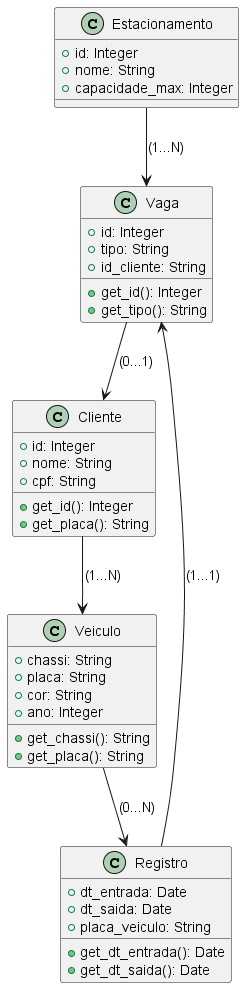
Above: atividade8/prints/estacionamentoUml.png in amandasantos312/analise-projeto-sistemas (PlantUML), before the change. The source it was exported from:
```plantuml
@startuml estacionamentoUml

class Estacionamento {
    + id: Integer
    + nome: String
    + capacidade_max: Integer
}

class Vaga {
    + id: Integer
    + tipo: String
    + id_cliente: String

    + get_id(): Integer
    + get_tipo(): String
}

class Cliente {
    + id: Integer
    + nome: String
    + cpf: String

    + get_id(): Integer
    + get_placa(): String
}

class Registro {
    + dt_entrada: Date
    + dt_saida: Date
    + placa_veiculo: String

    + get_dt_entrada(): Date
    + get_dt_saida(): Date
}

class Veiculo {
    + chassi: String
    + placa: String
    + cor: String
    + ano: Integer

    + get_chassi(): String
    + get_placa(): String
}

Estacionamento --> Vaga: (1...N)
Vaga --> Cliente: (0...1)
Cliente --> Veiculo: (1...N)
Veiculo --> Registro: (0...N)
Registro --> Vaga: (1...1)

@enduml
```
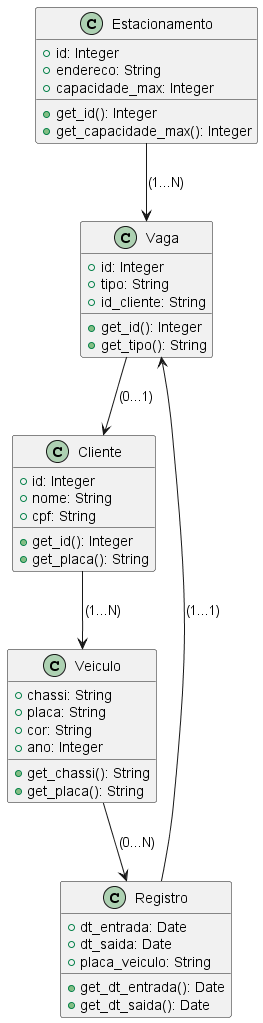
Above is the later version.

Commit message:
prints uml

Change to the diagram source:
```diff
@@ -2,8 +2,11 @@
 
 class Estacionamento {
     + id: Integer
-    + nome: String
+    + endereco: String
     + capacidade_max: Integer
+
+    + get_id(): Integer
+    + get_capacidade_max(): Integer
 }
 
 class Vaga {
```
